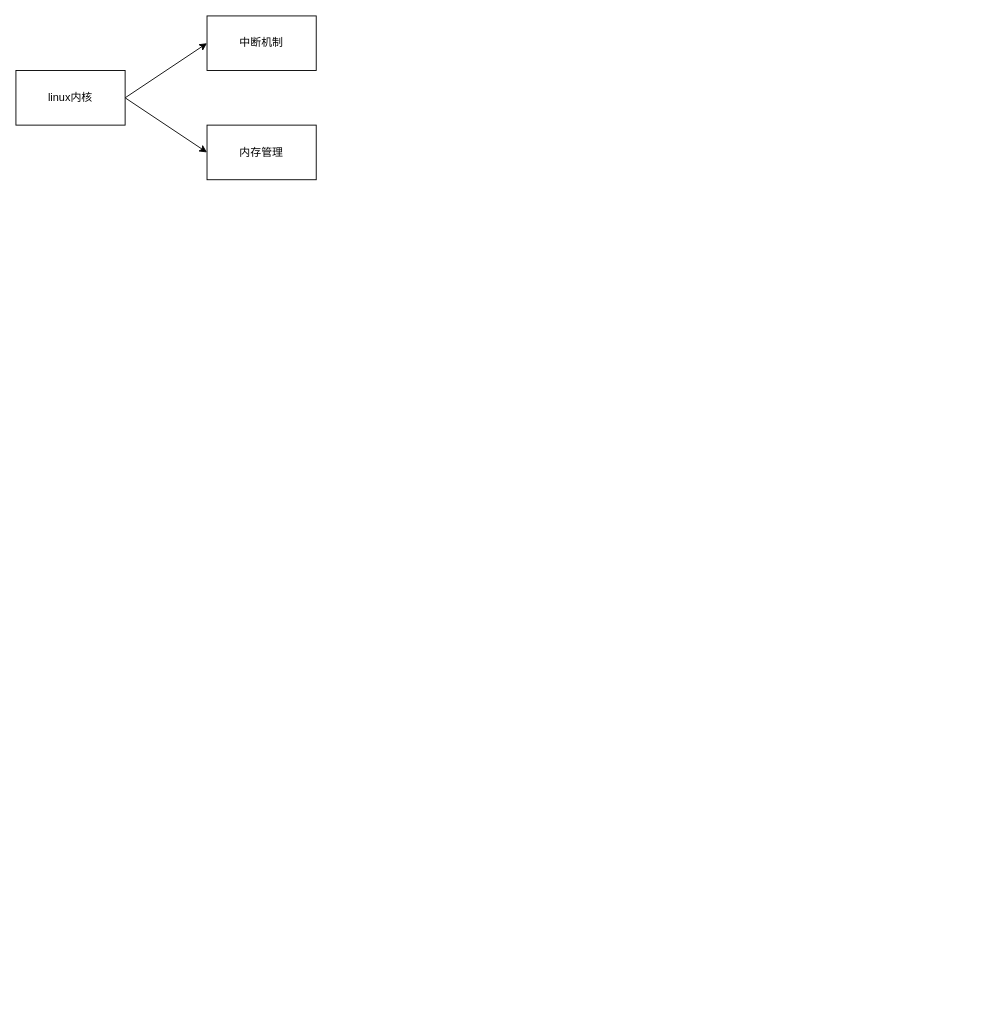
wangyunhuan895-eng/images keeps this draw.io diagram as page "内核" (1 of 3) of drawio/整体体系.drawio. Above is the earlier version. Source tidied: cells renumbered, new cells numbered last; positions are measured from the earlier drawing's top-left corner, leaving out a move shared by most shapes. Both pictures are drawn from the tidied source at 91%, with x=0, y=0 at pixel (15, 15).
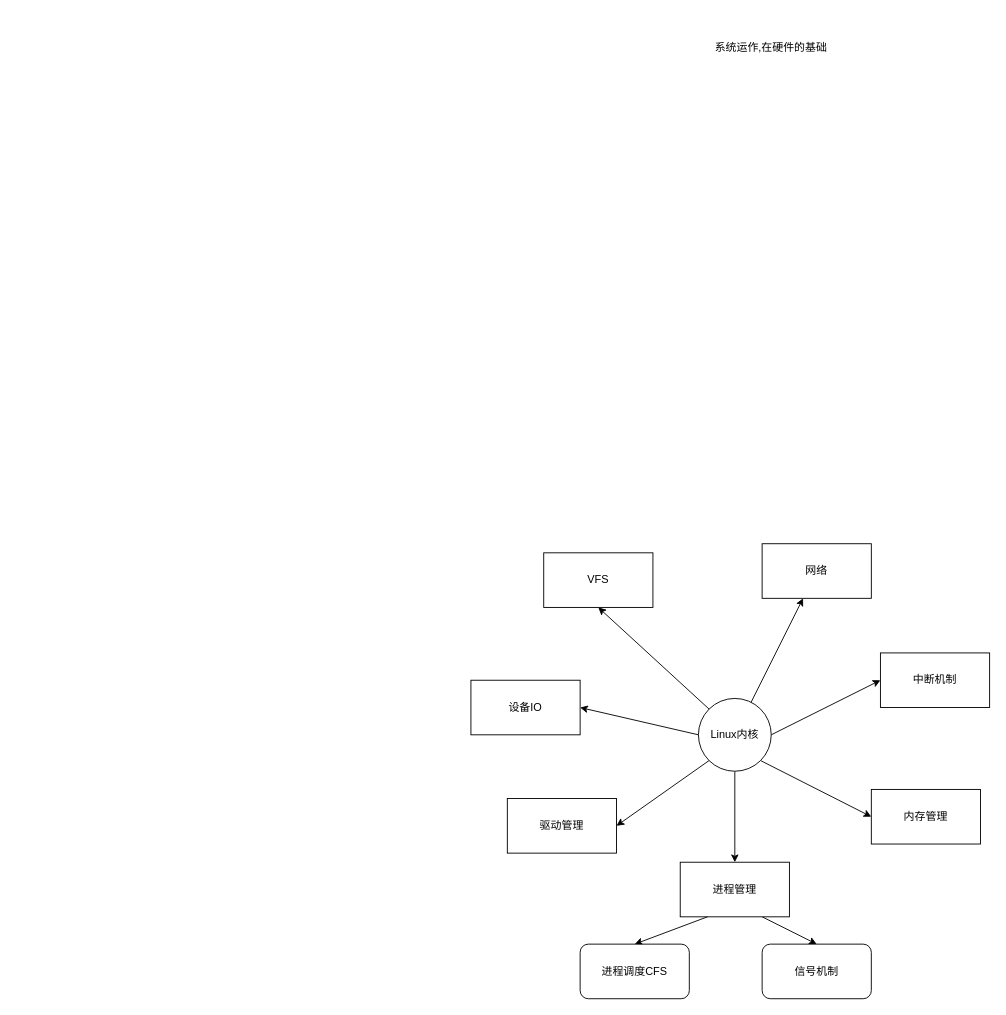
After the change.

Commit message (it also covers changes not shown here):
更新整体体系.drawio

The edit, as a diff of the source:
```diff
@@
+    <mxCell id="7" value="系统运作,在硬件的基础" style="text;html=1;whiteSpace=wrap;strokeColor=none;fillColor=none;align=center;verticalAlign=middle;rounded=0;" parent="1" vertex="1">
+      <mxGeometry x="740" y="20" width="180" height="30" as="geometry" />
+    </mxCell>
-    <mxCell id="2" style="rounded=0;jettySize=auto;html=1;exitX=1;exitY=0.5;exitDx=0;exitDy=0;entryX=0;entryY=0.5;entryDx=0;entryDy=0;" parent="1" edge="1" source="4" target="5">
+    <mxCell id="2" style="rounded=0;jettySize=auto;html=1;exitX=1;exitY=1;exitDx=0;exitDy=0;entryX=0;entryY=0.5;entryDx=0;entryDy=0;" parent="1" edge="1" source="15" target="5">
       <mxGeometry relative="1" as="geometry" />
     </mxCell>
-    <mxCell id="3" style="rounded=0;jettySize=auto;html=1;exitX=1;exitY=0.5;exitDx=0;exitDy=0;entryX=0;entryY=0.5;entryDx=0;entryDy=0;" parent="1" edge="1" source="4" target="6">
+    <mxCell id="3" style="rounded=0;jettySize=auto;html=1;exitX=1;exitY=0.5;exitDx=0;exitDy=0;entryX=0;entryY=0.5;entryDx=0;entryDy=0;" parent="1" edge="1" source="15" target="6">
       <mxGeometry relative="1" as="geometry" />
     </mxCell>
-    <mxCell id="4" value="linux内核" style="rounded=0;whiteSpace=wrap;html=1;" parent="1" vertex="1">
-      <mxGeometry y="60" width="120" height="60" as="geometry" />
-    </mxCell>
     <mxCell id="5" value="内存管理" style="whiteSpace=wrap;html=1;rounded=0;" parent="1" vertex="1">
-      <mxGeometry x="210" y="120" width="120" height="60" as="geometry" />
+      <mxGeometry x="940" y="850" width="120" height="60" as="geometry" />
     </mxCell>
     <mxCell id="6" value="中断机制" style="rounded=0;whiteSpace=wrap;html=1;" parent="1" vertex="1">
-      <mxGeometry x="210" width="120" height="60" as="geometry" />
+      <mxGeometry x="950" y="700" width="120" height="60" as="geometry" />
     </mxCell>
+    <mxCell id="8" style="rounded=0;jettySize=auto;html=1;exitX=0.75;exitY=1;exitDx=0;exitDy=0;entryX=0.5;entryY=0;entryDx=0;entryDy=0;" parent="1" edge="1" source="9" target="22">
+      <mxGeometry relative="1" as="geometry" />
+    </mxCell>
+    <mxCell id="9" value="进程管理" style="rounded=0;whiteSpace=wrap;html=1;" parent="1" vertex="1">
+      <mxGeometry x="730" y="930" width="120" height="60" as="geometry" />
+    </mxCell>
+    <mxCell id="10" style="rounded=0;jettySize=auto;html=1;exitX=0.5;exitY=1;exitDx=0;exitDy=0;" parent="1" edge="1" source="15" target="9">
+      <mxGeometry relative="1" as="geometry" />
+    </mxCell>
+    <mxCell id="11" style="rounded=0;jettySize=auto;html=1;exitX=0;exitY=1;exitDx=0;exitDy=0;entryX=1;entryY=0.5;entryDx=0;entryDy=0;" parent="1" edge="1" source="15" target="16">
+      <mxGeometry relative="1" as="geometry" />
+    </mxCell>
+    <mxCell id="12" style="rounded=0;jettySize=auto;html=1;exitX=0;exitY=0.5;exitDx=0;exitDy=0;entryX=1;entryY=0.5;entryDx=0;entryDy=0;" parent="1" edge="1" source="15" target="17">
+      <mxGeometry relative="1" as="geometry" />
+    </mxCell>
+    <mxCell id="13" style="rounded=0;jettySize=auto;html=1;exitX=0;exitY=0;exitDx=0;exitDy=0;entryX=0.5;entryY=1;entryDx=0;entryDy=0;" parent="1" edge="1" source="15" target="18">
+      <mxGeometry relative="1" as="geometry" />
+    </mxCell>
+    <mxCell id="14" style="rounded=0;jettySize=auto;html=1;" parent="1" edge="1" source="15" target="19">
+      <mxGeometry relative="1" as="geometry" />
+    </mxCell>
+    <mxCell id="15" value="Linux内核" style="ellipse;whiteSpace=wrap;html=1;shapeInside=1;" parent="1" vertex="1">
+      <mxGeometry x="750" y="750" width="80" height="80" as="geometry" />
+    </mxCell>
+    <mxCell id="16" value="驱动管理" style="rounded=0;whiteSpace=wrap;html=1;" parent="1" vertex="1">
+      <mxGeometry x="540" y="860" width="120" height="60" as="geometry" />
+    </mxCell>
+    <mxCell id="17" value="设备IO" style="rounded=0;whiteSpace=wrap;html=1;" parent="1" vertex="1">
+      <mxGeometry x="500" y="730" width="120" height="60" as="geometry" />
+    </mxCell>
+    <mxCell id="18" value="VFS" style="rounded=0;whiteSpace=wrap;html=1;" parent="1" vertex="1">
+      <mxGeometry x="580" y="590" width="120" height="60" as="geometry" />
+    </mxCell>
+    <mxCell id="19" value="网络" style="rounded=0;whiteSpace=wrap;html=1;" parent="1" vertex="1">
+      <mxGeometry x="820" y="580" width="120" height="60" as="geometry" />
+    </mxCell>
+    <mxCell id="20" style="rounded=0;jettySize=auto;html=1;exitX=0.25;exitY=1;exitDx=0;exitDy=0;entryX=0.5;entryY=0;entryDx=0;entryDy=0;" parent="1" edge="1" source="9" target="21">
+      <mxGeometry relative="1" as="geometry" />
+    </mxCell>
+    <mxCell id="21" value="进程调度CFS" style="rounded=1;whiteSpace=wrap;html=1;" parent="1" vertex="1">
+      <mxGeometry x="620" y="1020" width="120" height="60" as="geometry" />
+    </mxCell>
+    <mxCell id="22" value="信号机制" style="rounded=1;whiteSpace=wrap;html=1;" parent="1" vertex="1">
+      <mxGeometry x="820" y="1020" width="120" height="60" as="geometry" />
+    </mxCell>
```
